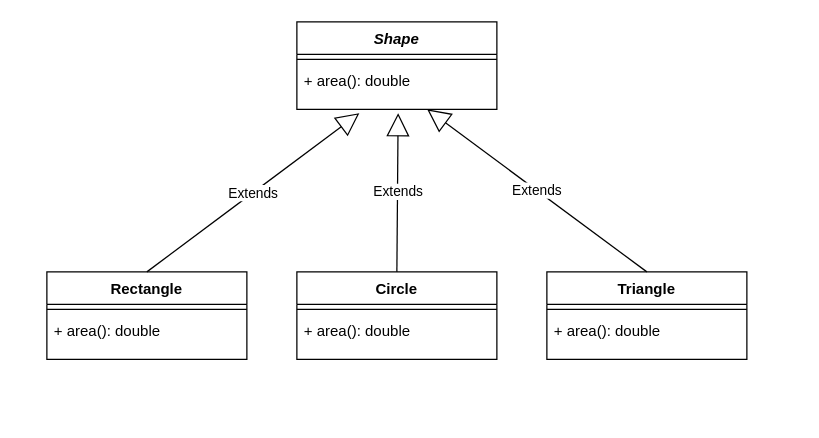
Before: shapes.drawio in 02-OOP/06a_Abstract_Classes, a draw.io diagram. Source tidied: cells renumbered, new cells numbered last; positions are measured from the earlier drawing's top-left corner, leaving out a move shared by most shapes. Both pictures are drawn from the tidied source at 125%, with x=0, y=0 at pixel (46, 21).
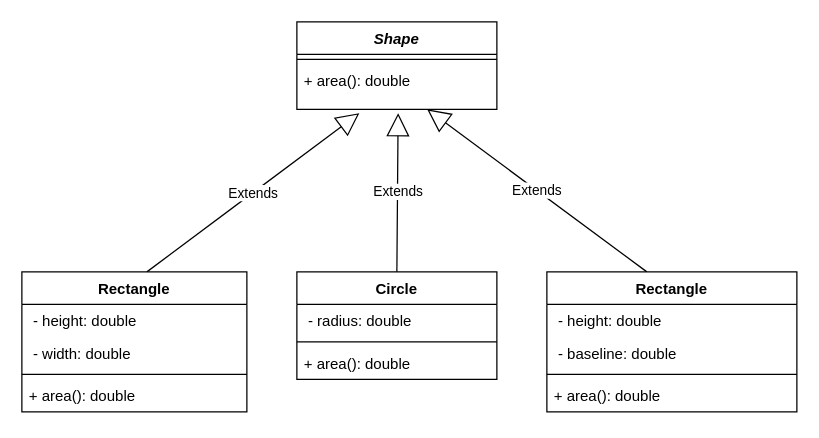
After the change.

Commit message:
implement shape()

The change refers to these unchanged cells:
```xml
<mxCell id="4" value="+ area(): double" style="text;strokeColor=none;fillColor=none;align=left;verticalAlign=top;spacingLeft=4;spacingRight=4;overflow=hidden;points=[[0,0.5],[1,0.5]];portConstraint=eastwest;" parent="2" vertex="1">
  <mxGeometry y="34" width="160" height="36" as="geometry" />
</mxCell>
```

Change to the diagram source:
```diff
@@
-    <mxCell id="5" value="Rectangle" style="swimlane;fontStyle=1;align=center;verticalAlign=top;horizontal=1;startSize=26;" parent="1" vertex="1">
-      <mxGeometry y="200" width="160" height="70" as="geometry" />
-    </mxCell>
-    <mxCell id="6" style="line;strokeWidth=1;fillColor=none;align=left;verticalAlign=middle;spacingTop=-1;spacingLeft=3;spacingRight=3;labelPosition=right;" parent="5" vertex="1">
-      <mxGeometry y="26" width="160" height="8" as="geometry" />
-    </mxCell>
-    <mxCell id="7" value="+ area(): double" style="text;strokeColor=none;fillColor=none;align=left;verticalAlign=top;spacingLeft=4;spacingRight=4;overflow=hidden;" parent="5" vertex="1">
-      <mxGeometry y="34" width="160" height="36" as="geometry" />
-    </mxCell>
-    <mxCell id="8" value="Circle" style="swimlane;fontStyle=1;align=center;verticalAlign=top;horizontal=1;startSize=26;" parent="1" vertex="1">
-      <mxGeometry x="200" y="200" width="160" height="70" as="geometry" />
-    </mxCell>
-    <mxCell id="9" style="line;strokeWidth=1;fillColor=none;align=left;verticalAlign=middle;spacingTop=-1;spacingLeft=3;spacingRight=3;labelPosition=right;" parent="8" vertex="1">
-      <mxGeometry y="26" width="160" height="8" as="geometry" />
-    </mxCell>
-    <mxCell id="10" value="+ area(): double" style="text;strokeColor=none;fillColor=none;align=left;verticalAlign=top;spacingLeft=4;spacingRight=4;overflow=hidden;" parent="8" vertex="1">
-      <mxGeometry y="34" width="160" height="36" as="geometry" />
-    </mxCell>
-    <mxCell id="11" value="Triangle" style="swimlane;fontStyle=1;align=center;verticalAlign=top;horizontal=1;startSize=26;" parent="1" vertex="1">
-      <mxGeometry x="400" y="200" width="160" height="70" as="geometry" />
-    </mxCell>
-    <mxCell id="12" style="line;strokeWidth=1;fillColor=none;align=left;verticalAlign=middle;spacingTop=-1;spacingLeft=3;spacingRight=3;labelPosition=right;" parent="11" vertex="1">
-      <mxGeometry y="26" width="160" height="8" as="geometry" />
-    </mxCell>
-    <mxCell id="13" value="+ area(): double" style="text;strokeColor=none;fillColor=none;align=left;verticalAlign=top;spacingLeft=4;spacingRight=4;overflow=hidden;" parent="11" vertex="1">
-      <mxGeometry y="34" width="160" height="36" as="geometry" />
-    </mxCell>
-    <mxCell id="14" value="Extends" style="endArrow=block;endSize=16;endFill=0;html=1;exitX=0.5;exitY=0;exitDx=0;exitDy=0;" parent="1" edge="1" source="5">
+    <mxCell id="14" value="Extends" style="endArrow=block;endSize=16;endFill=0;html=1;exitX=0.5;exitY=0;exitDx=0;exitDy=0;" parent="1" edge="1">
       <mxGeometry relative="1" as="geometry">
+        <mxPoint x="80" y="200" as="sourcePoint" />
         <mxPoint x="250" y="73" as="targetPoint" />
       </mxGeometry>
     </mxCell>
-    <mxCell id="15" value="Extends" style="endArrow=block;endSize=16;endFill=0;html=1;exitX=0.5;exitY=0;exitDx=0;exitDy=0;" parent="1" edge="1" source="8">
+    <mxCell id="15" value="Extends" style="endArrow=block;endSize=16;endFill=0;html=1;exitX=0.5;exitY=0;exitDx=0;exitDy=0;" parent="1" edge="1">
       <mxGeometry relative="1" as="geometry">
+        <mxPoint x="280" y="200" as="sourcePoint" />
         <mxPoint x="281" y="73" as="targetPoint" />
       </mxGeometry>
     </mxCell>
-    <mxCell id="16" value="Extends" style="endArrow=block;endSize=16;endFill=0;html=1;exitX=0.5;exitY=0;exitDx=0;exitDy=0;" parent="1" edge="1" source="11" target="4">
-      <mxGeometry relative="1" as="geometry" />
+    <mxCell id="16" value="Extends" style="endArrow=block;endSize=16;endFill=0;html=1;exitX=0.5;exitY=0;exitDx=0;exitDy=0;" parent="1" edge="1" target="4">
+      <mxGeometry relative="1" as="geometry">
+        <mxPoint x="480" y="200" as="sourcePoint" />
+      </mxGeometry>
     </mxCell>
+    <mxCell id="17" value="Rectangle" style="swimlane;fontStyle=1;align=center;verticalAlign=top;horizontal=1;startSize=26;" parent="1" vertex="1">
+      <mxGeometry x="-20" y="200" width="180" height="112" as="geometry" />
+    </mxCell>
+    <mxCell id="18" value=" - height: double" style="text;strokeColor=none;fillColor=none;align=left;verticalAlign=top;spacingLeft=4;spacingRight=4;overflow=hidden;" parent="17" vertex="1">
+      <mxGeometry y="26" width="180" height="26" as="geometry" />
+    </mxCell>
+    <mxCell id="19" value=" - width: double" style="text;strokeColor=none;fillColor=none;align=left;verticalAlign=top;spacingLeft=4;spacingRight=4;overflow=hidden;" parent="17" vertex="1">
+      <mxGeometry y="52" width="180" height="26" as="geometry" />
+    </mxCell>
+    <mxCell id="20" style="line;strokeWidth=1;fillColor=none;align=left;verticalAlign=middle;spacingTop=-1;spacingLeft=3;spacingRight=3;labelPosition=right;" parent="17" vertex="1">
+      <mxGeometry y="78" width="180" height="8" as="geometry" />
+    </mxCell>
+    <mxCell id="21" value="+ area(): double" style="text;strokeColor=none;fillColor=none;align=left;verticalAlign=top;spacingLeft=4;spacingRight=4;overflow=hidden;" parent="17" vertex="1">
+      <mxGeometry y="86" width="180" height="26" as="geometry" />
+    </mxCell>
+    <mxCell id="8" value="Circle" style="swimlane;fontStyle=1;align=center;verticalAlign=top;horizontal=1;startSize=26;" parent="1" vertex="1">
+      <mxGeometry x="200" y="200" width="160" height="86" as="geometry" />
+    </mxCell>
+    <mxCell id="22" value=" - radius: double" style="text;strokeColor=none;fillColor=none;align=left;verticalAlign=top;spacingLeft=4;spacingRight=4;overflow=hidden;" parent="8" vertex="1">
+      <mxGeometry y="26" width="160" height="26" as="geometry" />
+    </mxCell>
+    <mxCell id="23" style="line;strokeWidth=1;fillColor=none;align=left;verticalAlign=middle;spacingTop=-1;spacingLeft=3;spacingRight=3;labelPosition=right;" parent="8" vertex="1">
+      <mxGeometry y="52" width="160" height="8" as="geometry" />
+    </mxCell>
+    <mxCell id="24" value="+ area(): double" style="text;strokeColor=none;fillColor=none;align=left;verticalAlign=top;spacingLeft=4;spacingRight=4;overflow=hidden;" parent="8" vertex="1">
+      <mxGeometry y="60" width="160" height="26" as="geometry" />
+    </mxCell>
+    <mxCell id="25" value="Rectangle" style="swimlane;fontStyle=1;align=center;verticalAlign=top;horizontal=1;startSize=26;" parent="1" vertex="1">
+      <mxGeometry x="400" y="200" width="200" height="112" as="geometry" />
+    </mxCell>
+    <mxCell id="26" value=" - height: double" style="text;strokeColor=none;fillColor=none;align=left;verticalAlign=top;spacingLeft=4;spacingRight=4;overflow=hidden;" parent="25" vertex="1">
+      <mxGeometry y="26" width="200" height="26" as="geometry" />
+    </mxCell>
+    <mxCell id="27" value=" - baseline: double" style="text;strokeColor=none;fillColor=none;align=left;verticalAlign=top;spacingLeft=4;spacingRight=4;overflow=hidden;" parent="25" vertex="1">
+      <mxGeometry y="52" width="200" height="26" as="geometry" />
+    </mxCell>
+    <mxCell id="28" style="line;strokeWidth=1;fillColor=none;align=left;verticalAlign=middle;spacingTop=-1;spacingLeft=3;spacingRight=3;labelPosition=right;" parent="25" vertex="1">
+      <mxGeometry y="78" width="200" height="8" as="geometry" />
+    </mxCell>
+    <mxCell id="29" value="+ area(): double" style="text;strokeColor=none;fillColor=none;align=left;verticalAlign=top;spacingLeft=4;spacingRight=4;overflow=hidden;" parent="25" vertex="1">
+      <mxGeometry y="86" width="200" height="26" as="geometry" />
+    </mxCell>
```
